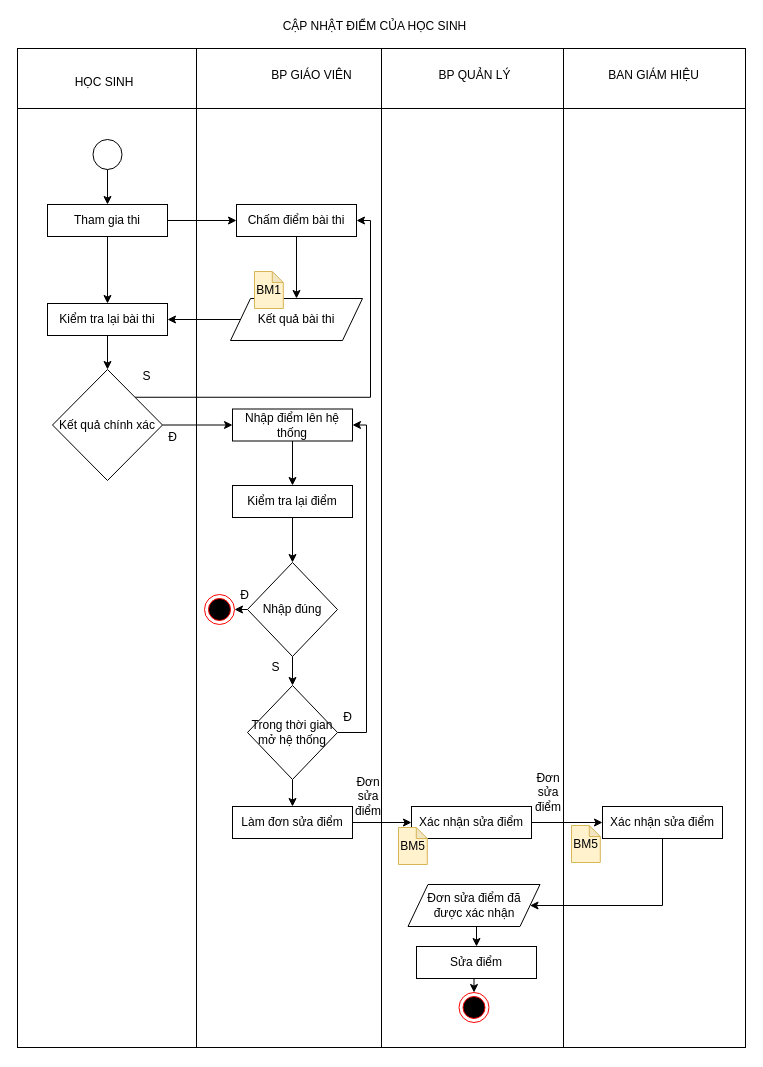
The draw.io diagram 1.2.2.c.drawio in TLGKien/graph, before the edit. Source tidied: cells renumbered, new cells numbered last; positions are measured from the earlier drawing's top-left corner, leaving out a move shared by most shapes. Both pictures are drawn from the tidied source at 100%, with x=0, y=0 at pixel (17, 17).
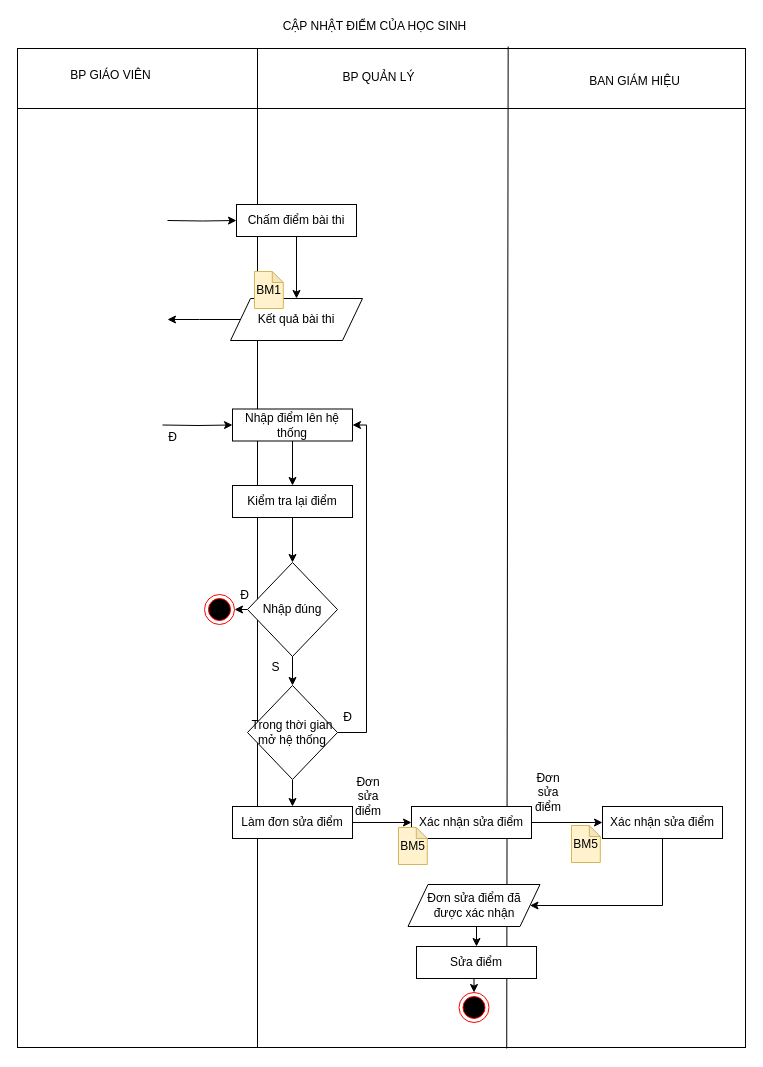
Above is the later version.

The change refers to these unchanged cells:
```xml
<mxCell id="11" value="Chấm điểm bài thi" style="rounded=0;whiteSpace=wrap;html=1;" parent="1" vertex="1">
  <mxGeometry x="219" y="187" width="120" height="32" as="geometry" />
</mxCell>
<mxCell id="14" value="Kết quả bài thi" style="shape=parallelogram;perimeter=parallelogramPerimeter;whiteSpace=wrap;html=1;fixedSize=1;" parent="1" vertex="1">
  <mxGeometry x="213" y="281" width="132" height="42" as="geometry" />
</mxCell>
<mxCell id="21" value="Nhập điểm lên hệ thống" style="rounded=0;whiteSpace=wrap;html=1;" parent="1" vertex="1">
  <mxGeometry x="215" y="391.5" width="120" height="32" as="geometry" />
</mxCell>
```

The edit, as a diff of the source:
```diff
@@
-    <mxCell id="2" style="shape=internalStorage;whiteSpace=wrap;html=1;backgroundOutline=1;dx=179;dy=60;" parent="1" vertex="1">
+    <mxCell id="2" style="shape=internalStorage;whiteSpace=wrap;html=1;backgroundOutline=1;dx=240;dy=60;" parent="1" vertex="1">
       <mxGeometry y="31" width="728" height="999" as="geometry" />
     </mxCell>
-    <mxCell id="3" value="HỌC SINH" style="text;html=1;strokeColor=none;fillColor=none;align=center;verticalAlign=middle;whiteSpace=wrap;rounded=0;" parent="1" vertex="1">
-      <mxGeometry x="49" y="55" width="76" height="20" as="geometry" />
-    </mxCell>
     <mxCell id="4" value="BP QUẢN LÝ" style="text;html=1;align=center;verticalAlign=middle;" parent="1" vertex="1">
-      <mxGeometry x="416" y="49" width="81" height="18" as="geometry" />
+      <mxGeometry x="320" y="51" width="81" height="18" as="geometry" />
     </mxCell>
     <mxCell id="5" value="BP GIÁO VIÊN" style="text;html=1;align=center;verticalAlign=middle;" parent="1" vertex="1">
-      <mxGeometry x="249" y="49" width="90" height="18" as="geometry" />
+      <mxGeometry x="48" y="49" width="90" height="18" as="geometry" />
     </mxCell>
-    <mxCell id="6" style="ellipse;whiteSpace=wrap;html=1;" parent="1" vertex="1">
-      <mxGeometry x="75.5" y="122" width="29" height="30" as="geometry" />
-    </mxCell>
-    <mxCell id="7" style="endArrow=classic;html=1;exitX=0.5;exitY=1;exitDx=0;exitDy=0;entryX=0.5;entryY=0;entryDx=0;entryDy=0;" parent="1" edge="1" source="6" target="10">
-      <mxGeometry relative="1" as="geometry" />
-    </mxCell>
-    <mxCell id="8" style="edgeStyle=orthogonalEdgeStyle;rounded=0;jettySize=auto;html=1;exitX=1;exitY=0.5;exitDx=0;exitDy=0;entryX=0;entryY=0.5;entryDx=0;entryDy=0;" parent="1" edge="1" source="10" target="11">
-      <mxGeometry relative="1" as="geometry" />
+    <mxCell id="8" style="edgeStyle=orthogonalEdgeStyle;rounded=0;jettySize=auto;html=1;exitX=1;exitY=0.5;exitDx=0;exitDy=0;entryX=0;entryY=0.5;entryDx=0;entryDy=0;" parent="1" edge="1" target="11">
+      <mxGeometry relative="1" as="geometry">
+        <mxPoint x="150" y="203" as="sourcePoint" />
+      </mxGeometry>
     </mxCell>
-    <mxCell id="9" style="edgeStyle=orthogonalEdgeStyle;rounded=0;jettySize=auto;html=1;exitX=0.5;exitY=1;exitDx=0;exitDy=0;entryX=0.5;entryY=0;entryDx=0;entryDy=0;" parent="1" edge="1" source="10" target="23">
-      <mxGeometry relative="1" as="geometry" />
-    </mxCell>
-    <mxCell id="10" value="Tham gia thi" style="rounded=0;whiteSpace=wrap;html=1;" parent="1" vertex="1">
-      <mxGeometry x="30" y="187" width="120" height="32" as="geometry" />
-    </mxCell>
@@
-    <mxCell id="13" style="edgeStyle=orthogonalEdgeStyle;rounded=0;jettySize=auto;html=1;exitX=0;exitY=0.5;exitDx=0;exitDy=0;entryX=1;entryY=0.5;entryDx=0;entryDy=0;" parent="1" edge="1" source="14" target="23">
-      <mxGeometry relative="1" as="geometry" />
+    <mxCell id="13" style="edgeStyle=orthogonalEdgeStyle;rounded=0;jettySize=auto;html=1;exitX=0;exitY=0.5;exitDx=0;exitDy=0;entryX=1;entryY=0.5;entryDx=0;entryDy=0;" parent="1" edge="1" source="14">
+      <mxGeometry relative="1" as="geometry">
+        <mxPoint x="150" y="302" as="targetPoint" />
+      </mxGeometry>
     </mxCell>
@@
-    <mxCell id="17" style="endArrow=none;html=1;entryX=0.5;entryY=0;entryDx=0;entryDy=0;exitX=0.5;exitY=1;exitDx=0;exitDy=0;" parent="1" edge="1" source="2" target="2">
+    <mxCell id="17" style="endArrow=none;html=1;entryX=0.674;entryY=-0.002;entryDx=0;entryDy=0;exitX=0.672;exitY=1.001;exitDx=0;exitDy=0;entryPerimeter=0;exitPerimeter=0;" parent="1" edge="1" source="2" target="2">
       <mxGeometry relative="1" as="geometry" />
     </mxCell>
-    <mxCell id="18" style="endArrow=none;html=1;exitX=0.75;exitY=1;exitDx=0;exitDy=0;entryX=0.75;entryY=0;entryDx=0;entryDy=0;" parent="1" edge="1" source="2" target="2">
-      <mxGeometry relative="1" as="geometry" />
-    </mxCell>
     <mxCell id="19" value="BAN GIÁM HIỆU" style="text;html=1;align=center;verticalAlign=middle;" parent="1" vertex="1">
-      <mxGeometry x="585" y="49" width="101" height="18" as="geometry" />
+      <mxGeometry x="566" y="55" width="101" height="18" as="geometry" />
     </mxCell>
@@
-    <mxCell id="22" style="edgeStyle=orthogonalEdgeStyle;rounded=0;jettySize=auto;html=1;exitX=0.5;exitY=1;exitDx=0;exitDy=0;entryX=0.5;entryY=0;entryDx=0;entryDy=0;" parent="1" edge="1" source="23" target="26">
-      <mxGeometry relative="1" as="geometry" />
-    </mxCell>
-    <mxCell id="23" value="Kiểm tra lại bài thi" style="rounded=0;whiteSpace=wrap;html=1;" parent="1" vertex="1">
-      <mxGeometry x="30" y="286" width="120" height="32" as="geometry" />
-    </mxCell>
-    <mxCell id="24" style="edgeStyle=orthogonalEdgeStyle;rounded=0;jettySize=auto;html=1;exitX=1;exitY=0.5;exitDx=0;exitDy=0;entryX=0;entryY=0.5;entryDx=0;entryDy=0;" parent="1" edge="1" source="26" target="21">
-      <mxGeometry relative="1" as="geometry" />
+    <mxCell id="24" style="edgeStyle=orthogonalEdgeStyle;rounded=0;jettySize=auto;html=1;exitX=1;exitY=0.5;exitDx=0;exitDy=0;entryX=0;entryY=0.5;entryDx=0;entryDy=0;" parent="1" edge="1" target="21">
+      <mxGeometry relative="1" as="geometry">
+        <mxPoint x="145" y="407.5" as="sourcePoint" />
+      </mxGeometry>
     </mxCell>
-    <mxCell id="25" style="edgeStyle=orthogonalEdgeStyle;rounded=0;jettySize=auto;html=1;exitX=1;exitY=0;exitDx=0;exitDy=0;entryX=1;entryY=0.5;entryDx=0;entryDy=0;" parent="1" edge="1" source="26" target="11">
-      <mxGeometry relative="1" as="geometry">
-        <Array as="points">
-          <mxPoint x="353" y="380" />
-          <mxPoint x="353" y="203" />
-        </Array>
-      </mxGeometry>
-    </mxCell>
-    <mxCell id="26" value="Kết quả chính xác" style="rhombus;whiteSpace=wrap;html=1;" parent="1" vertex="1">
-      <mxGeometry x="35" y="352" width="110" height="111" as="geometry" />
-    </mxCell>
@@
-    <mxCell id="28" value="S" style="text;html=1;align=center;verticalAlign=middle;" parent="1" vertex="1">
-      <mxGeometry x="120" y="350" width="18" height="18" as="geometry" />
-    </mxCell>
```
